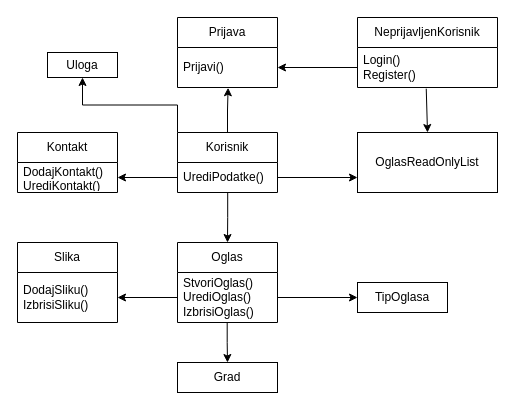
Above: DZ2/Prilozi/Dijagram Razreda.drawio in petarpandza/Oglasi (draw.io), before the change. Source tidied: cells renumbered, new cells numbered last; positions are measured from the earlier drawing's top-left corner, leaving out a move shared by most shapes. Both pictures are drawn from the tidied source at 100%, with x=0, y=0 at pixel (17, 17).
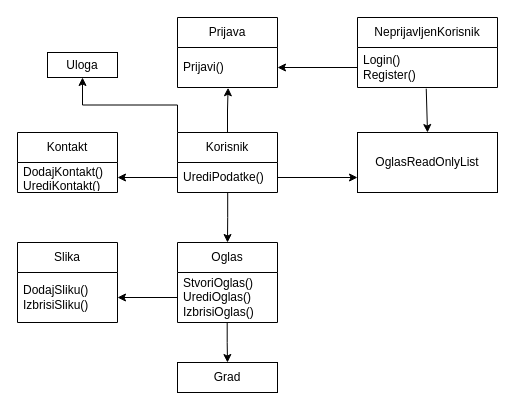
The same page after the edit.

Commit message (it also covers changes not shown here):
Uklonio TipOglasa u dijagramu razreda

The change refers to these unchanged cells:
```xml
<mxCell id="13" value="StvoriOglas()&lt;div&gt;UrediOglas()&lt;/div&gt;&lt;div&gt;IzbrisiOglas()&lt;/div&gt;" style="text;strokeColor=none;fillColor=none;align=left;verticalAlign=middle;spacingLeft=4;spacingRight=4;overflow=hidden;points=[[0,0.5],[1,0.5]];portConstraint=eastwest;whiteSpace=wrap;html=1;" parent="12" vertex="1">
  <mxGeometry y="30" width="100" height="50" as="geometry" />
</mxCell>
```

What changed in the source:
```diff
@@
-    <mxCell id="14" value="TipOglasa" style="rounded=0;whiteSpace=wrap;html=1;" parent="1" vertex="1">
-      <mxGeometry x="340" y="265" width="90" height="30" as="geometry" />
-    </mxCell>
@@
-    <mxCell id="25" style="edgeStyle=orthogonalEdgeStyle;rounded=0;jettySize=auto;html=1;exitX=1;exitY=0.5;exitDx=0;exitDy=0;entryX=0;entryY=0.5;entryDx=0;entryDy=0;" parent="1" edge="1" source="13" target="14">
-      <mxGeometry relative="1" as="geometry" />
-    </mxCell>
```
